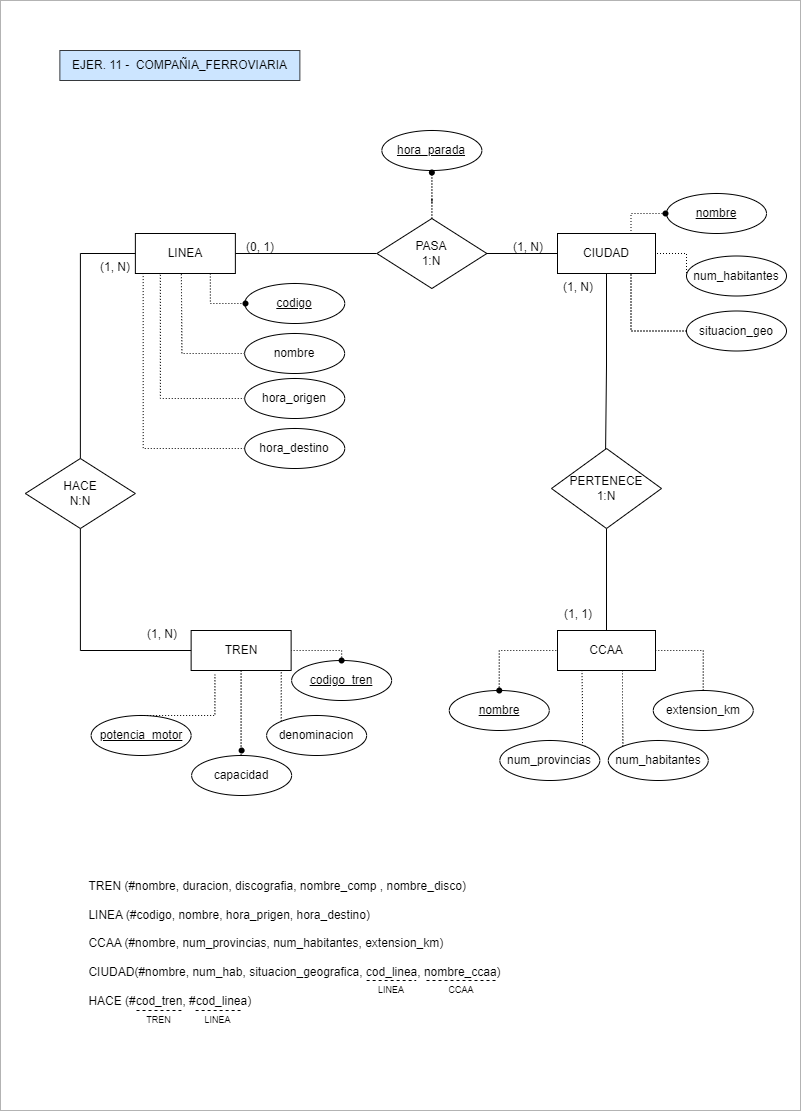
This is ejer11_compañiaFerroviaria.png from mdrp93/BASE-DE-DATOS, a draw.io export, as it was before one commit. Source tidied: cells renumbered, new cells last; positions are measured from the earlier drawing's top-left corner, leaving out a move shared by most shapes.
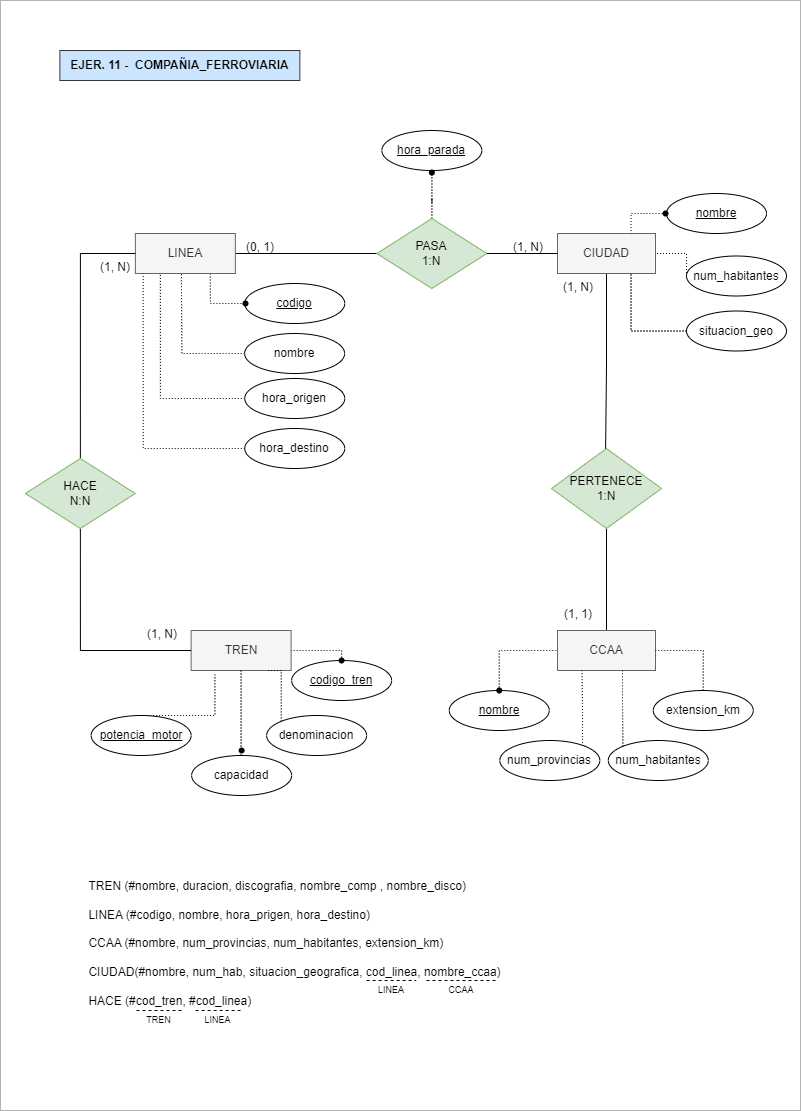
After the change.

The edit, as a diff of the source:
```diff
@@ -5,7 +5,7 @@
     <mxCell id="2" style="rounded=0;whiteSpace=wrap;html=1;fillColor=none;strokeColor=#B3B3B3;" parent="1" vertex="1">
       <mxGeometry width="800" height="1110" as="geometry" />
     </mxCell>
-    <mxCell id="3" value="TREN" style="whiteSpace=wrap;html=1;align=center;" parent="1" vertex="1">
+    <mxCell id="3" value="TREN" style="whiteSpace=wrap;html=1;align=center;fillColor=#f5f5f5;fontColor=#333333;strokeColor=#666666;" parent="1" vertex="1">
       <mxGeometry x="190.6" y="630" width="100" height="40" as="geometry" />
     </mxCell>
     <mxCell id="4" style="edgeStyle=orthogonalEdgeStyle;rounded=0;jettySize=auto;html=1;endArrow=none;endFill=0;" parent="1" edge="1" source="5">
@@ -13,7 +13,7 @@
         <mxPoint x="605" y="458" as="targetPoint" />
       </mxGeometry>
     </mxCell>
-    <mxCell id="5" value="CIUDAD" style="whiteSpace=wrap;html=1;align=center;" parent="1" vertex="1">
+    <mxCell id="5" value="CIUDAD" style="whiteSpace=wrap;html=1;align=center;fillColor=#f5f5f5;fontColor=#333333;strokeColor=#666666;" parent="1" vertex="1">
       <mxGeometry x="557" y="233" width="98" height="40" as="geometry" />
     </mxCell>
     <mxCell id="6" style="edgeStyle=orthogonalEdgeStyle;rounded=0;jettySize=auto;html=1;exitX=1;exitY=0.5;exitDx=0;exitDy=0;entryX=0;entryY=0.5;entryDx=0;entryDy=0;endArrow=none;endFill=0;" parent="1" edge="1" source="8" target="12">
@@ -22,7 +22,7 @@
     <mxCell id="7" style="edgeStyle=orthogonalEdgeStyle;rounded=0;jettySize=auto;html=1;exitX=0.75;exitY=1;exitDx=0;exitDy=0;fontFamily=Helvetica;fontSize=14;fontColor=default;startSize=0;entryX=0;entryY=0.5;entryDx=0;entryDy=0;endArrow=none;endFill=0;dashed=1;dashPattern=1 2;" parent="1" edge="1" source="8" target="37">
       <mxGeometry relative="1" as="geometry" />
     </mxCell>
-    <mxCell id="8" value="LINEA" style="whiteSpace=wrap;html=1;align=center;" parent="1" vertex="1">
+    <mxCell id="8" value="LINEA" style="whiteSpace=wrap;html=1;align=center;fillColor=#f5f5f5;fontColor=#333333;strokeColor=#666666;" parent="1" vertex="1">
       <mxGeometry x="134.9" y="233" width="100" height="40" as="geometry" />
     </mxCell>
     <mxCell id="9" style="edgeStyle=orthogonalEdgeStyle;rounded=0;orthogonalLoop=1;jettySize=auto;html=1;exitX=0.5;exitY=0;exitDx=0;exitDy=0;entryX=0.5;entryY=0;entryDx=0;entryDy=0;" parent="1" edge="1">
@@ -37,7 +37,7 @@
     <mxCell id="11" style="edgeStyle=orthogonalEdgeStyle;rounded=0;jettySize=auto;html=1;exitX=0.5;exitY=0;exitDx=0;exitDy=0;dashed=1;dashPattern=1 2;endArrow=none;endFill=0;" parent="1" edge="1" source="12" target="61">
       <mxGeometry relative="1" as="geometry" />
     </mxCell>
-    <mxCell id="12" value="&lt;font style=&quot;font-size: 12px;&quot;&gt;PASA&lt;br&gt;1:N&lt;/font&gt;" style="shape=rhombus;perimeter=rhombusPerimeter;whiteSpace=wrap;html=1;align=center;verticalAlign=middle;" parent="1" vertex="1">
+    <mxCell id="12" value="&lt;font style=&quot;font-size: 12px;&quot;&gt;PASA&lt;br&gt;1:N&lt;/font&gt;" style="shape=rhombus;perimeter=rhombusPerimeter;whiteSpace=wrap;html=1;align=center;verticalAlign=middle;fillColor=#d5e8d4;strokeColor=#82b366;" parent="1" vertex="1">
       <mxGeometry x="376.4" y="218" width="110" height="70" as="geometry" />
     </mxCell>
     <mxCell id="13" style="rounded=0;orthogonalLoop=1;jettySize=auto;html=1;exitX=0;exitY=0.5;exitDx=0;exitDy=0;strokeColor=none;endArrow=none;endFill=0;shadow=1;" parent="1" edge="1">
@@ -52,7 +52,7 @@
     <mxCell id="15" value="(1, N)" style="text;strokeColor=none;fillColor=none;spacingLeft=4;spacingRight=4;overflow=hidden;fontSize=12;whiteSpace=wrap;html=1;" parent="1" vertex="1">
       <mxGeometry x="507" y="233" width="50" height="30" as="geometry" />
     </mxCell>
-    <mxCell id="16" value="EJER. 11 -&amp;nbsp; COMPAÑIA_FERROVIARIA" style="text;html=1;align=center;verticalAlign=middle;strokeColor=#36393d;fillColor=#cce5ff;" parent="1" vertex="1">
+    <mxCell id="16" value="EJER. 11 -&amp;nbsp; COMPAÑIA_FERROVIARIA" style="text;html=1;align=center;verticalAlign=middle;strokeColor=#36393d;fillColor=#cce5ff;fontStyle=1;fontSize=12;" parent="1" vertex="1">
       <mxGeometry x="59.4" y="50" width="240" height="30" as="geometry" />
     </mxCell>
     <mxCell id="17" style="edgeStyle=orthogonalEdgeStyle;rounded=0;orthogonalLoop=1;jettySize=auto;html=1;exitX=0;exitY=0.5;exitDx=0;exitDy=0;entryX=1;entryY=0.5;entryDx=0;entryDy=0;endArrow=none;endFill=0;startArrow=none;startFill=0;strokeColor=none;" parent="1" edge="1">
@@ -91,7 +91,7 @@
     <mxCell id="25" style="edgeStyle=orthogonalEdgeStyle;rounded=0;jettySize=auto;html=1;exitX=0.5;exitY=1;exitDx=0;exitDy=0;entryX=0;entryY=0.5;entryDx=0;entryDy=0;endArrow=none;endFill=0;" parent="1" edge="1" source="26" target="3">
       <mxGeometry relative="1" as="geometry" />
     </mxCell>
-    <mxCell id="26" value="HACE&lt;br&gt;N:N" style="rhombus;whiteSpace=wrap;html=1;" parent="1" vertex="1">
+    <mxCell id="26" value="HACE&lt;br&gt;N:N" style="rhombus;whiteSpace=wrap;html=1;fillColor=#d5e8d4;strokeColor=#82b366;" parent="1" vertex="1">
       <mxGeometry x="24.9" y="458" width="110" height="70" as="geometry" />
     </mxCell>
     <mxCell id="27" style="edgeStyle=orthogonalEdgeStyle;rounded=0;orthogonalLoop=1;jettySize=auto;html=1;exitDx=0;exitDy=0;entryX=0.5;entryY=0;entryDx=0;entryDy=0;endArrow=none;endFill=0;dashed=1;dashPattern=1 2;" parent="1" edge="1">
@@ -154,10 +154,10 @@
     <mxCell id="41" style="edgeStyle=orthogonalEdgeStyle;rounded=0;jettySize=auto;html=1;exitX=0.5;exitY=0;exitDx=0;exitDy=0;entryX=0.5;entryY=1;entryDx=0;entryDy=0;endArrow=none;endFill=0;" parent="1" edge="1" source="42" target="43">
       <mxGeometry relative="1" as="geometry" />
     </mxCell>
-    <mxCell id="42" value="CCAA" style="whiteSpace=wrap;html=1;align=center;" parent="1" vertex="1">
+    <mxCell id="42" value="CCAA" style="whiteSpace=wrap;html=1;align=center;fillColor=#f5f5f5;fontColor=#333333;strokeColor=#666666;" parent="1" vertex="1">
       <mxGeometry x="557" y="630" width="98" height="40" as="geometry" />
     </mxCell>
-    <mxCell id="43" value="PERTENECE&lt;br&gt;1:N" style="shape=rhombus;perimeter=rhombusPerimeter;whiteSpace=wrap;html=1;align=center;" parent="1" vertex="1">
+    <mxCell id="43" value="PERTENECE&lt;br&gt;1:N" style="shape=rhombus;perimeter=rhombusPerimeter;whiteSpace=wrap;html=1;align=center;fillColor=#d5e8d4;strokeColor=#82b366;" parent="1" vertex="1">
       <mxGeometry x="551" y="448" width="110" height="80" as="geometry" />
     </mxCell>
     <mxCell id="44" value="(1, 1)" style="text;strokeColor=none;fillColor=none;spacingLeft=4;spacingRight=4;overflow=hidden;fontSize=12;whiteSpace=wrap;html=1;" parent="1" vertex="1">
```
